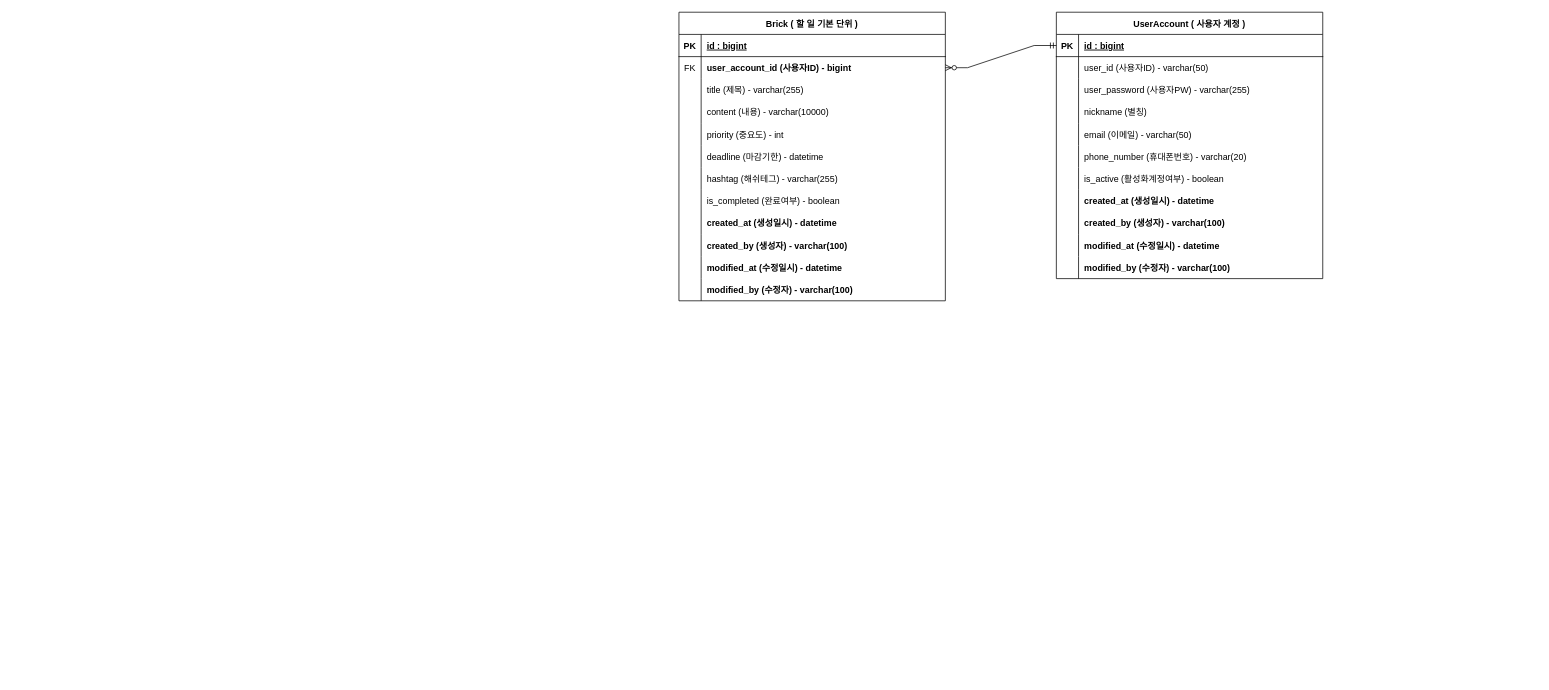
Earlier version of the draw.io diagram Brick/ERD/Brick_ER_Diagram.drawio (imimtu/Documents). Source tidied: cells renumbered, new cells numbered last; positions are measured from the earlier drawing's top-left corner, leaving out a move shared by most shapes. Both pictures are drawn from the tidied source at 74%, with x=0, y=0 at pixel (679, 12).
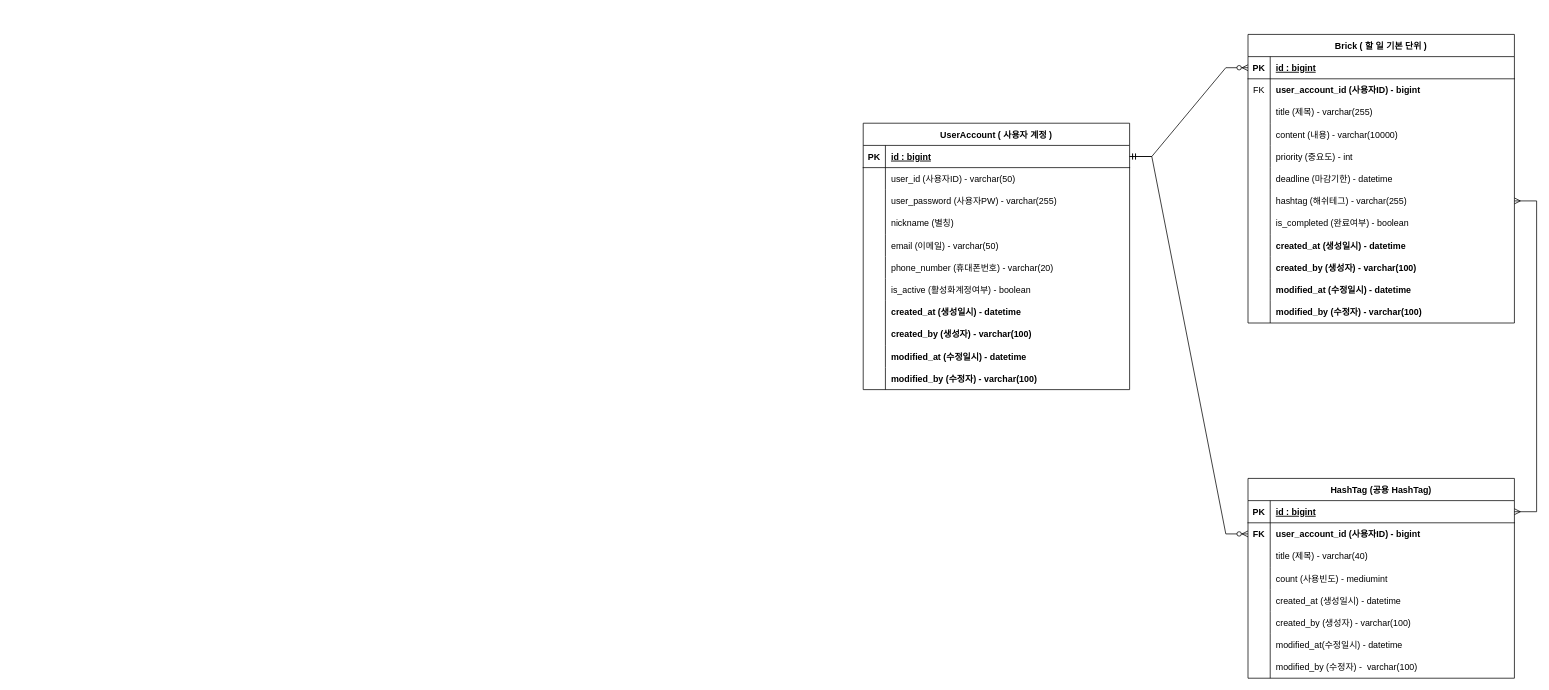
Above is the later version.

Commit message:
HashTag Table 추가

The change refers to these unchanged cells:
```xml
<mxCell id="3" style="shape=tableRow;horizontal=0;startSize=0;swimlaneHead=0;swimlaneBody=0;fillColor=none;points=[[0,0.5],[1,0.5]];portConstraint=eastwest;top=0;left=0;right=0;bottom=1;" parent="2" vertex="1">
  <mxGeometry y="30" width="360" height="30" as="geometry" />
</mxCell>
<mxCell id="37" style="shape=tableRow;horizontal=0;startSize=0;swimlaneHead=0;swimlaneBody=0;fillColor=none;points=[[0,0.5],[1,0.5]];portConstraint=eastwest;top=0;left=0;right=0;bottom=1;" parent="36" vertex="1">
  <mxGeometry y="30" width="360" height="30" as="geometry" />
</mxCell>
<mxCell id="40" style="shape=tableRow;horizontal=0;startSize=0;swimlaneHead=0;swimlaneBody=0;fillColor=none;points=[[0,0.5],[1,0.5]];portConstraint=eastwest;top=0;left=0;right=0;bottom=0;" parent="36" vertex="1">
  <mxGeometry y="60" width="360" height="30" as="geometry" />
</mxCell>
<mxCell id="55" style="shape=tableRow;horizontal=0;startSize=0;swimlaneHead=0;swimlaneBody=0;fillColor=none;points=[[0,0.5],[1,0.5]];portConstraint=eastwest;top=0;left=0;right=0;bottom=0;" parent="36" vertex="1">
  <mxGeometry y="210" width="360" height="30" as="geometry" />
</mxCell>
```

Change to the diagram source:
```diff
@@
     <mxCell id="2" value="UserAccount ( 사용자 계정 )" style="shape=table;startSize=30;childLayout=tableLayout;rowLines=0;fontStyle=1;align=center;" parent="1" vertex="1">
-      <mxGeometry x="510" width="360" height="360" as="geometry" />
+      <mxGeometry x="249" y="150" width="360" height="360" as="geometry" />
     </mxCell>
@@
     <mxCell id="36" value="Brick ( 할 일 기본 단위 )" style="shape=table;startSize=30;childLayout=tableLayout;rowLines=0;fontStyle=1;align=center;" parent="1" vertex="1">
-      <mxGeometry width="360" height="390" as="geometry" />
+      <mxGeometry x="769" y="30" width="360" height="390" as="geometry" />
     </mxCell>
@@
-    <mxCell id="73" style="edgeStyle=entityRelationEdgeStyle;fontSize=12;html=1;endArrow=ERzeroToMany;startArrow=ERmandOne;rounded=0;entryX=1;entryY=0.5;entryDx=0;entryDy=0;exitX=0;exitY=0.5;exitDx=0;exitDy=0;" parent="1" edge="1" source="3" target="40">
+    <mxCell id="73" style="edgeStyle=entityRelationEdgeStyle;fontSize=12;html=1;endArrow=ERzeroToMany;startArrow=ERmandOne;rounded=0;entryX=0;entryY=0.5;entryDx=0;entryDy=0;exitX=1;exitY=0.5;exitDx=0;exitDy=0;" parent="1" edge="1" source="3" target="37">
       <mxGeometry relative="1" as="geometry" />
     </mxCell>
+    <mxCell id="74" style="shape=tableRow;horizontal=0;startSize=0;swimlaneHead=0;swimlaneBody=0;fillColor=none;top=0;left=0;right=0;bottom=0;" parent="1" vertex="1">
+      <mxGeometry x="-901" y="70" width="360" height="30" as="geometry" />
+    </mxCell>
+    <mxCell id="75" style="shape=partialRectangle;fillColor=none;top=0;left=0;bottom=0;right=0;overflow=hidden;" parent="74" vertex="1">
+      <mxGeometry width="30" height="30" as="geometry" />
+    </mxCell>
+    <mxCell id="76" style="shape=tableRow;horizontal=0;startSize=0;swimlaneHead=0;swimlaneBody=0;fillColor=none;top=0;left=0;right=0;bottom=0;" parent="1" vertex="1">
+      <mxGeometry x="-901" y="100" width="360" height="30" as="geometry" />
+    </mxCell>
+    <mxCell id="77" style="shape=partialRectangle;fillColor=none;top=0;left=0;bottom=0;right=0;overflow=hidden;" parent="76" vertex="1">
+      <mxGeometry width="30" height="30" as="geometry" />
+    </mxCell>
+    <mxCell id="78" value="HashTag (공용 HashTag)" style="shape=table;startSize=30;childLayout=tableLayout;rowLines=0;fontStyle=1;align=center;" parent="1" vertex="1">
+      <mxGeometry x="769" y="630" width="360" height="270" as="geometry" />
+    </mxCell>
+    <mxCell id="79" style="shape=tableRow;horizontal=0;startSize=0;swimlaneHead=0;swimlaneBody=0;fillColor=none;points=[[0,0.5],[1,0.5]];portConstraint=eastwest;top=0;left=0;right=0;bottom=1;" parent="78" vertex="1">
+      <mxGeometry y="30" width="360" height="30" as="geometry" />
+    </mxCell>
+    <mxCell id="80" value="PK" style="shape=partialRectangle;fillColor=none;top=0;left=0;bottom=0;right=0;fontStyle=1;overflow=hidden;" parent="79" vertex="1">
+      <mxGeometry width="30" height="30" as="geometry" />
+    </mxCell>
+    <mxCell id="81" value="id : bigint" style="shape=partialRectangle;fillColor=none;top=0;left=0;bottom=0;right=0;align=left;spacingLeft=6;fontStyle=5;overflow=hidden;" parent="79" vertex="1">
+      <mxGeometry x="30" width="330" height="30" as="geometry" />
+    </mxCell>
+    <mxCell id="82" style="shape=tableRow;horizontal=0;startSize=0;swimlaneHead=0;swimlaneBody=0;fillColor=none;points=[[0,0.5],[1,0.5]];portConstraint=eastwest;top=0;left=0;right=0;bottom=0;" parent="78" vertex="1">
+      <mxGeometry y="60" width="360" height="30" as="geometry" />
+    </mxCell>
+    <mxCell id="83" value="FK" style="shape=partialRectangle;fillColor=none;top=0;left=0;bottom=0;right=0;fontStyle=1;overflow=hidden;" parent="82" vertex="1">
+      <mxGeometry width="30" height="30" as="geometry" />
+    </mxCell>
+    <mxCell id="84" value="user_account_id (사용자ID) - bigint" style="shape=partialRectangle;fillColor=none;top=0;left=0;bottom=0;right=0;align=left;spacingLeft=6;fontStyle=1;overflow=hidden;" parent="82" vertex="1">
+      <mxGeometry x="30" width="330" height="30" as="geometry" />
+    </mxCell>
+    <mxCell id="85" style="shape=tableRow;horizontal=0;startSize=0;swimlaneHead=0;swimlaneBody=0;fillColor=none;top=0;left=0;right=0;bottom=0;" parent="78" vertex="1">
+      <mxGeometry y="90" width="360" height="30" as="geometry" />
+    </mxCell>
+    <mxCell id="86" style="shape=partialRectangle;fillColor=none;top=0;left=0;bottom=0;right=0;overflow=hidden;" parent="85" vertex="1">
+      <mxGeometry width="30" height="30" as="geometry" />
+    </mxCell>
+    <mxCell id="87" value="title (제목) - varchar(40)" style="shape=partialRectangle;fillColor=none;top=0;left=0;bottom=0;right=0;align=left;spacingLeft=6;overflow=hidden;" parent="85" vertex="1">
+      <mxGeometry x="30" width="330" height="30" as="geometry" />
+    </mxCell>
+    <mxCell id="88" style="shape=tableRow;horizontal=0;startSize=0;swimlaneHead=0;swimlaneBody=0;fillColor=none;top=0;left=0;right=0;bottom=0;" parent="78" vertex="1">
+      <mxGeometry y="120" width="360" height="30" as="geometry" />
+    </mxCell>
+    <mxCell id="89" style="shape=partialRectangle;fillColor=none;top=0;left=0;bottom=0;right=0;overflow=hidden;" parent="88" vertex="1">
+      <mxGeometry width="30" height="30" as="geometry" />
+    </mxCell>
+    <mxCell id="90" value="count (사용빈도) - mediumint" style="shape=partialRectangle;fillColor=none;top=0;left=0;bottom=0;right=0;align=left;spacingLeft=6;overflow=hidden;" parent="88" vertex="1">
+      <mxGeometry x="30" width="330" height="30" as="geometry" />
+    </mxCell>
+    <mxCell id="91" style="shape=tableRow;horizontal=0;startSize=0;swimlaneHead=0;swimlaneBody=0;fillColor=none;top=0;left=0;right=0;bottom=0;" parent="78" vertex="1">
+      <mxGeometry y="150" width="360" height="30" as="geometry" />
+    </mxCell>
+    <mxCell id="92" style="shape=partialRectangle;fillColor=none;top=0;left=0;bottom=0;right=0;overflow=hidden;" parent="91" vertex="1">
+      <mxGeometry width="30" height="30" as="geometry" />
+    </mxCell>
+    <mxCell id="93" value="created_at (생성일시) - datetime" style="shape=partialRectangle;fillColor=none;top=0;left=0;bottom=0;right=0;align=left;spacingLeft=6;overflow=hidden;" parent="91" vertex="1">
+      <mxGeometry x="30" width="330" height="30" as="geometry" />
+    </mxCell>
+    <mxCell id="94" style="shape=tableRow;horizontal=0;startSize=0;swimlaneHead=0;swimlaneBody=0;fillColor=none;top=0;left=0;right=0;bottom=0;" parent="78" vertex="1">
+      <mxGeometry y="180" width="360" height="30" as="geometry" />
+    </mxCell>
+    <mxCell id="95" style="shape=partialRectangle;fillColor=none;top=0;left=0;bottom=0;right=0;overflow=hidden;" parent="94" vertex="1">
+      <mxGeometry width="30" height="30" as="geometry" />
+    </mxCell>
+    <mxCell id="96" value="created_by (생성자) - varchar(100)" style="shape=partialRectangle;fillColor=none;top=0;left=0;bottom=0;right=0;align=left;spacingLeft=6;overflow=hidden;" parent="94" vertex="1">
+      <mxGeometry x="30" width="330" height="30" as="geometry" />
+    </mxCell>
+    <mxCell id="97" style="shape=tableRow;horizontal=0;startSize=0;swimlaneHead=0;swimlaneBody=0;fillColor=none;top=0;left=0;right=0;bottom=0;" parent="78" vertex="1">
+      <mxGeometry y="210" width="360" height="30" as="geometry" />
+    </mxCell>
+    <mxCell id="98" style="shape=partialRectangle;fillColor=none;top=0;left=0;bottom=0;right=0;overflow=hidden;" parent="97" vertex="1">
+      <mxGeometry width="30" height="30" as="geometry" />
+    </mxCell>
+    <mxCell id="99" value="modified_at(수정일시) - datetime" style="shape=partialRectangle;fillColor=none;top=0;left=0;bottom=0;right=0;align=left;spacingLeft=6;overflow=hidden;" parent="97" vertex="1">
+      <mxGeometry x="30" width="330" height="30" as="geometry" />
+    </mxCell>
+    <mxCell id="100" style="shape=tableRow;horizontal=0;startSize=0;swimlaneHead=0;swimlaneBody=0;fillColor=none;top=0;left=0;right=0;bottom=0;" parent="78" vertex="1">
+      <mxGeometry y="240" width="360" height="30" as="geometry" />
+    </mxCell>
+    <mxCell id="101" style="shape=partialRectangle;fillColor=none;top=0;left=0;bottom=0;right=0;overflow=hidden;" parent="100" vertex="1">
+      <mxGeometry width="30" height="30" as="geometry" />
+    </mxCell>
+    <mxCell id="102" value="modified_by (수정자) -  varchar(100)" style="shape=partialRectangle;fillColor=none;top=0;left=0;bottom=0;right=0;align=left;spacingLeft=6;overflow=hidden;" parent="100" vertex="1">
+      <mxGeometry x="30" width="330" height="30" as="geometry" />
+    </mxCell>
+    <mxCell id="103" style="edgeStyle=entityRelationEdgeStyle;fontSize=12;html=1;endArrow=ERzeroToMany;startArrow=ERmandOne;rounded=0;exitX=1;exitY=0.5;exitDx=0;exitDy=0;entryX=0;entryY=0.5;entryDx=0;entryDy=0;" parent="1" edge="1" source="3" target="82">
+      <mxGeometry relative="1" as="geometry" />
+    </mxCell>
+    <mxCell id="104" style="edgeStyle=entityRelationEdgeStyle;fontSize=12;html=1;endArrow=ERmany;startArrow=ERmany;rounded=0;exitX=1;exitY=0.5;exitDx=0;exitDy=0;entryX=1;entryY=0.5;entryDx=0;entryDy=0;" parent="1" edge="1" source="79" target="55">
+      <mxGeometry relative="1" as="geometry" />
+    </mxCell>
```
